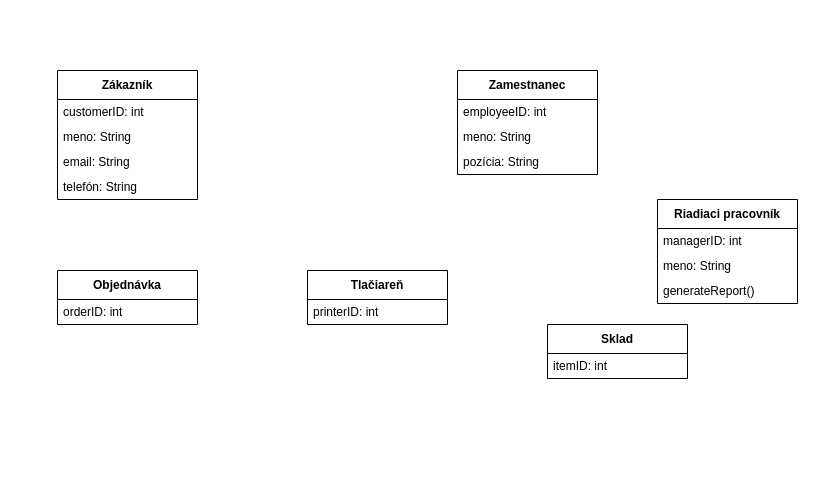
Earlier version of the draw.io diagram semester_project_classdiagram.drawio (KuzmaJn/Software-engineering). Source tidied: cells renumbered, new cells numbered last; positions are measured from the earlier drawing's top-left corner, leaving out a move shared by most shapes. Both pictures are drawn from the tidied source at 100%, with x=0, y=0 at pixel (57, 70).
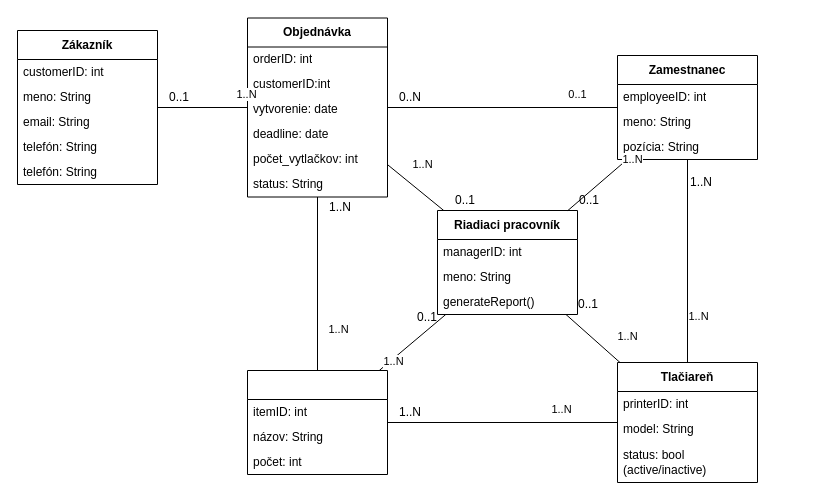
Above is the later version.

What changed in the source:
```diff
@@
     <mxCell id="2" value="Zákazník" style="swimlane;fontStyle=1;align=center;verticalAlign=middle;horizontal=1;startSize=29;html=1;whiteSpace=wrap;" parent="1" vertex="1">
-      <mxGeometry width="140" height="129" as="geometry" />
+      <mxGeometry x="-40" y="-40" width="140" height="154" as="geometry" />
     </mxCell>
@@
+    <mxCell id="21" value="&lt;div&gt;telefón: String&lt;br&gt;&lt;/div&gt;" style="text;html=1;strokeColor=none;fillColor=none;align=left;verticalAlign=middle;spacingLeft=4;spacingRight=4;overflow=hidden;whiteSpace=wrap;" parent="2" vertex="1">
+      <mxGeometry y="129" width="140" height="25" as="geometry" />
+    </mxCell>
     <mxCell id="7" value="Zamestnanec" style="swimlane;fontStyle=1;align=center;verticalAlign=middle;horizontal=1;startSize=29;html=1;whiteSpace=wrap;" parent="1" vertex="1">
-      <mxGeometry x="400" width="140" height="104" as="geometry" />
+      <mxGeometry x="560" y="-15" width="140" height="104" as="geometry" />
     </mxCell>
@@
     <mxCell id="11" value="Riadiaci pracovník" style="swimlane;fontStyle=1;align=center;verticalAlign=middle;horizontal=1;startSize=29;html=1;whiteSpace=wrap;" parent="1" vertex="1">
-      <mxGeometry x="600" y="129" width="140" height="104" as="geometry" />
+      <mxGeometry x="380" y="140" width="140" height="104" as="geometry" />
     </mxCell>
@@
     <mxCell id="15" value="Tlačiareň" style="swimlane;fontStyle=1;align=center;verticalAlign=middle;horizontal=1;startSize=29;html=1;whiteSpace=wrap;" parent="1" vertex="1">
-      <mxGeometry x="250" y="200" width="140" height="54" as="geometry" />
+      <mxGeometry x="560" y="292" width="140" height="120" as="geometry" />
     </mxCell>
+    <mxCell id="22" value="printerID: int" style="text;html=1;strokeColor=none;fillColor=none;align=left;verticalAlign=middle;spacingLeft=4;spacingRight=4;overflow=hidden;whiteSpace=wrap;" parent="15" vertex="1">
+      <mxGeometry y="29" width="140" height="25" as="geometry" />
+    </mxCell>
-    <mxCell id="16" value="printerID: int" style="text;html=1;strokeColor=none;fillColor=none;align=left;verticalAlign=middle;spacingLeft=4;spacingRight=4;overflow=hidden;whiteSpace=wrap;" parent="15" vertex="1">
-      <mxGeometry y="29" width="140" height="25" as="geometry" />
+    <mxCell id="16" value="model: String" style="text;html=1;strokeColor=none;fillColor=none;align=left;verticalAlign=middle;spacingLeft=4;spacingRight=4;overflow=hidden;whiteSpace=wrap;" parent="15" vertex="1">
+      <mxGeometry y="54" width="140" height="25" as="geometry" />
     </mxCell>
+    <mxCell id="23" value="status: bool (active/inactive)" style="text;html=1;strokeColor=none;fillColor=none;align=left;verticalAlign=middle;spacingLeft=4;spacingRight=4;overflow=hidden;whiteSpace=wrap;" parent="15" vertex="1">
+      <mxGeometry y="79" width="140" height="41" as="geometry" />
+    </mxCell>
     <mxCell id="17" value="Objednávka" style="swimlane;fontStyle=1;align=center;verticalAlign=middle;horizontal=1;startSize=29;html=1;whiteSpace=wrap;" parent="1" vertex="1">
-      <mxGeometry y="200" width="140" height="54" as="geometry" />
+      <mxGeometry x="190" y="-52.5" width="140" height="179" as="geometry" />
     </mxCell>
+    <mxCell id="24" value="orderID: int" style="text;html=1;strokeColor=none;fillColor=none;align=left;verticalAlign=middle;spacingLeft=4;spacingRight=4;overflow=hidden;whiteSpace=wrap;" parent="17" vertex="1">
+      <mxGeometry y="29" width="140" height="25" as="geometry" />
+    </mxCell>
-    <mxCell id="18" value="orderID: int" style="text;html=1;strokeColor=none;fillColor=none;align=left;verticalAlign=middle;spacingLeft=4;spacingRight=4;overflow=hidden;whiteSpace=wrap;" parent="17" vertex="1">
-      <mxGeometry y="29" width="140" height="25" as="geometry" />
+    <mxCell id="18" value="customerID:int" style="text;html=1;strokeColor=none;fillColor=none;align=left;verticalAlign=middle;spacingLeft=4;spacingRight=4;overflow=hidden;whiteSpace=wrap;" parent="17" vertex="1">
+      <mxGeometry y="54" width="140" height="25" as="geometry" />
     </mxCell>
+    <mxCell id="25" value="vytvorenie: date" style="text;html=1;strokeColor=none;fillColor=none;align=left;verticalAlign=middle;spacingLeft=4;spacingRight=4;overflow=hidden;whiteSpace=wrap;" parent="17" vertex="1">
+      <mxGeometry y="79" width="140" height="25" as="geometry" />
+    </mxCell>
+    <mxCell id="26" value="deadline: date" style="text;html=1;strokeColor=none;fillColor=none;align=left;verticalAlign=middle;spacingLeft=4;spacingRight=4;overflow=hidden;whiteSpace=wrap;" parent="17" vertex="1">
+      <mxGeometry y="104" width="140" height="25" as="geometry" />
+    </mxCell>
+    <mxCell id="27" value="počet_vytlačkov: int" style="text;html=1;strokeColor=none;fillColor=none;align=left;verticalAlign=middle;spacingLeft=4;spacingRight=4;overflow=hidden;whiteSpace=wrap;" parent="17" vertex="1">
+      <mxGeometry y="129" width="140" height="25" as="geometry" />
+    </mxCell>
+    <mxCell id="28" value="status: String" style="text;html=1;strokeColor=none;fillColor=none;align=left;verticalAlign=middle;spacingLeft=4;spacingRight=4;overflow=hidden;whiteSpace=wrap;" parent="17" vertex="1">
+      <mxGeometry y="154" width="140" height="25" as="geometry" />
+    </mxCell>
-    <mxCell id="19" value="Sklad" style="swimlane;fontStyle=1;align=center;verticalAlign=middle;horizontal=1;startSize=29;html=1;whiteSpace=wrap;" parent="1" vertex="1">
-      <mxGeometry x="490" y="254" width="140" height="54" as="geometry" />
+    <mxCell id="19" style="swimlane;fontStyle=1;align=center;verticalAlign=middle;horizontal=1;startSize=29;html=1;whiteSpace=wrap;" parent="1" vertex="1">
+      <mxGeometry x="190" y="300" width="140" height="104" as="geometry" />
     </mxCell>
@@
+    <mxCell id="29" value="názov: String" style="text;html=1;strokeColor=none;fillColor=none;align=left;verticalAlign=middle;spacingLeft=4;spacingRight=4;overflow=hidden;whiteSpace=wrap;" parent="19" vertex="1">
+      <mxGeometry y="54" width="140" height="25" as="geometry" />
+    </mxCell>
+    <mxCell id="30" value="počet: int" style="text;html=1;strokeColor=none;fillColor=none;align=left;verticalAlign=middle;spacingLeft=4;spacingRight=4;overflow=hidden;whiteSpace=wrap;" parent="19" vertex="1">
+      <mxGeometry y="79" width="140" height="25" as="geometry" />
+    </mxCell>
+    <mxCell id="31" style="endArrow=none;html=1;rounded=0;align=center;verticalAlign=top;endFill=0;labelBackgroundColor=none;shadow=0;" parent="1" edge="1" source="2" target="17">
+      <mxGeometry relative="1" as="geometry" />
+    </mxCell>
+    <mxCell id="32" style="html=1;align=left;verticalAlign=bottom;labelBackgroundColor=none;" parent="31" vertex="1">
+      <mxGeometry x="-1" relative="1" as="geometry" />
+    </mxCell>
+    <mxCell id="33" value="0..1" style="html=1;align=left;verticalAlign=top;labelBackgroundColor=none;" parent="31" vertex="1">
+      <mxGeometry x="-1" relative="1" as="geometry">
+        <mxPoint x="10" y="-24" as="offset" />
+      </mxGeometry>
+    </mxCell>
+    <mxCell id="34" style="html=1;align=right;verticalAlign=bottom;labelBackgroundColor=none;" parent="31" vertex="1">
+      <mxGeometry x="1" relative="1" as="geometry" />
+    </mxCell>
+    <mxCell id="35" value="1..N" style="edgeLabel;html=1;align=center;verticalAlign=middle;" parent="31" vertex="1">
+      <mxGeometry x="0.48" y="1" relative="1" as="geometry">
+        <mxPoint x="21" y="-13" as="offset" />
+      </mxGeometry>
+    </mxCell>
+    <mxCell id="36" style="html=1;align=left;verticalAlign=top;labelBackgroundColor=none;" parent="1" vertex="1">
+      <mxGeometry x="230" y="64.5" as="geometry" />
+    </mxCell>
+    <mxCell id="37" style="endArrow=none;html=1;rounded=0;align=center;verticalAlign=top;endFill=0;labelBackgroundColor=none;shadow=0;" parent="1" edge="1" source="7" target="15">
+      <mxGeometry relative="1" as="geometry" />
+    </mxCell>
+    <mxCell id="38" style="html=1;align=left;verticalAlign=bottom;labelBackgroundColor=none;" parent="37" vertex="1">
+      <mxGeometry x="-1" relative="1" as="geometry" />
+    </mxCell>
+    <mxCell id="39" value="1..N" style="html=1;align=left;verticalAlign=top;labelBackgroundColor=none;" parent="37" vertex="1">
+      <mxGeometry x="-1" relative="1" as="geometry">
+        <mxPoint x="1" y="9" as="offset" />
+      </mxGeometry>
+    </mxCell>
+    <mxCell id="40" style="html=1;align=right;verticalAlign=bottom;labelBackgroundColor=none;" parent="37" vertex="1">
+      <mxGeometry x="1" relative="1" as="geometry" />
+    </mxCell>
+    <mxCell id="41" value="1..N" style="edgeLabel;html=1;align=center;verticalAlign=middle;" parent="37" vertex="1">
+      <mxGeometry x="0.48" y="1" relative="1" as="geometry">
+        <mxPoint x="9" y="6" as="offset" />
+      </mxGeometry>
+    </mxCell>
+    <mxCell id="42" style="endArrow=none;html=1;rounded=0;align=center;verticalAlign=top;endFill=0;labelBackgroundColor=none;shadow=0;" parent="1" edge="1" source="17" target="7">
+      <mxGeometry relative="1" as="geometry" />
+    </mxCell>
+    <mxCell id="43" style="html=1;align=left;verticalAlign=bottom;labelBackgroundColor=none;" parent="42" vertex="1">
+      <mxGeometry x="-1" relative="1" as="geometry" />
+    </mxCell>
+    <mxCell id="44" value="0..N" style="html=1;align=left;verticalAlign=top;labelBackgroundColor=none;" parent="42" vertex="1">
+      <mxGeometry x="-1" relative="1" as="geometry">
+        <mxPoint x="10" y="-24" as="offset" />
+      </mxGeometry>
+    </mxCell>
+    <mxCell id="45" style="html=1;align=right;verticalAlign=bottom;labelBackgroundColor=none;" parent="42" vertex="1">
+      <mxGeometry x="1" relative="1" as="geometry" />
+    </mxCell>
+    <mxCell id="46" value="0..1" style="edgeLabel;html=1;align=center;verticalAlign=middle;" parent="42" vertex="1">
+      <mxGeometry x="0.48" y="1" relative="1" as="geometry">
+        <mxPoint x="19" y="-13" as="offset" />
+      </mxGeometry>
+    </mxCell>
+    <mxCell id="47" style="endArrow=none;html=1;rounded=0;align=center;verticalAlign=top;endFill=0;labelBackgroundColor=none;shadow=0;" parent="1" edge="1" source="17" target="19">
+      <mxGeometry relative="1" as="geometry" />
+    </mxCell>
+    <mxCell id="48" style="html=1;align=left;verticalAlign=bottom;labelBackgroundColor=none;" parent="47" vertex="1">
+      <mxGeometry x="-1" relative="1" as="geometry" />
+    </mxCell>
+    <mxCell id="49" value="1..N" style="html=1;align=left;verticalAlign=top;labelBackgroundColor=none;" parent="47" vertex="1">
+      <mxGeometry x="-1" relative="1" as="geometry">
+        <mxPoint x="10" y="-4" as="offset" />
+      </mxGeometry>
+    </mxCell>
+    <mxCell id="50" style="html=1;align=right;verticalAlign=bottom;labelBackgroundColor=none;" parent="47" vertex="1">
+      <mxGeometry x="1" relative="1" as="geometry" />
+    </mxCell>
+    <mxCell id="51" value="1..N" style="edgeLabel;html=1;align=center;verticalAlign=middle;" parent="47" vertex="1">
+      <mxGeometry x="0.48" y="1" relative="1" as="geometry">
+        <mxPoint x="19" y="4" as="offset" />
+      </mxGeometry>
+    </mxCell>
+    <mxCell id="52" style="endArrow=none;html=1;rounded=0;align=center;verticalAlign=top;endFill=0;labelBackgroundColor=none;shadow=0;" parent="1" edge="1" source="19" target="15">
+      <mxGeometry relative="1" as="geometry" />
+    </mxCell>
+    <mxCell id="53" style="html=1;align=left;verticalAlign=bottom;labelBackgroundColor=none;" parent="52" vertex="1">
+      <mxGeometry x="-1" relative="1" as="geometry" />
+    </mxCell>
+    <mxCell id="54" value="1..N" style="html=1;align=left;verticalAlign=top;labelBackgroundColor=none;" parent="52" vertex="1">
+      <mxGeometry x="-1" relative="1" as="geometry">
+        <mxPoint x="10" y="-24" as="offset" />
+      </mxGeometry>
+    </mxCell>
+    <mxCell id="55" style="html=1;align=right;verticalAlign=bottom;labelBackgroundColor=none;" parent="52" vertex="1">
+      <mxGeometry x="1" relative="1" as="geometry" />
+    </mxCell>
+    <mxCell id="56" value="1..N" style="edgeLabel;html=1;align=center;verticalAlign=middle;" parent="52" vertex="1">
+      <mxGeometry x="0.48" y="1" relative="1" as="geometry">
+        <mxPoint x="3" y="-13" as="offset" />
+      </mxGeometry>
+    </mxCell>
+    <mxCell id="57" style="endArrow=none;html=1;rounded=0;align=center;verticalAlign=top;endFill=0;labelBackgroundColor=none;shadow=0;" parent="1" edge="1" source="11" target="17">
+      <mxGeometry relative="1" as="geometry" />
+    </mxCell>
+    <mxCell id="58" style="html=1;align=left;verticalAlign=bottom;labelBackgroundColor=none;" parent="57" vertex="1">
+      <mxGeometry x="-1" relative="1" as="geometry" />
+    </mxCell>
+    <mxCell id="59" value="0..1" style="html=1;align=left;verticalAlign=top;labelBackgroundColor=none;" parent="57" vertex="1">
+      <mxGeometry x="-1" relative="1" as="geometry">
+        <mxPoint x="10" y="-24" as="offset" />
+      </mxGeometry>
+    </mxCell>
+    <mxCell id="60" style="html=1;align=right;verticalAlign=bottom;labelBackgroundColor=none;" parent="57" vertex="1">
+      <mxGeometry x="1" relative="1" as="geometry" />
+    </mxCell>
+    <mxCell id="61" value="1..N" style="edgeLabel;html=1;align=center;verticalAlign=middle;" parent="57" vertex="1">
+      <mxGeometry x="0.48" y="1" relative="1" as="geometry">
+        <mxPoint x="21" y="-13" as="offset" />
+      </mxGeometry>
+    </mxCell>
+    <mxCell id="62" style="endArrow=none;html=1;rounded=0;align=center;verticalAlign=top;endFill=0;labelBackgroundColor=none;shadow=0;" parent="1" edge="1" source="11" target="19">
+      <mxGeometry relative="1" as="geometry" />
+    </mxCell>
+    <mxCell id="63" style="html=1;align=left;verticalAlign=bottom;labelBackgroundColor=none;" parent="62" vertex="1">
+      <mxGeometry x="-1" relative="1" as="geometry" />
+    </mxCell>
+    <mxCell id="64" value="0..1" style="html=1;align=left;verticalAlign=top;labelBackgroundColor=none;" parent="62" vertex="1">
+      <mxGeometry x="-1" relative="1" as="geometry">
+        <mxPoint x="-30" y="-11" as="offset" />
+      </mxGeometry>
+    </mxCell>
+    <mxCell id="65" style="html=1;align=right;verticalAlign=bottom;labelBackgroundColor=none;" parent="62" vertex="1">
+      <mxGeometry x="1" relative="1" as="geometry" />
+    </mxCell>
+    <mxCell id="66" value="1..N" style="edgeLabel;html=1;align=center;verticalAlign=middle;" parent="62" vertex="1">
+      <mxGeometry x="0.48" y="1" relative="1" as="geometry">
+        <mxPoint x="-4" y="5" as="offset" />
+      </mxGeometry>
+    </mxCell>
+    <mxCell id="67" style="endArrow=none;html=1;rounded=0;align=center;verticalAlign=top;endFill=0;labelBackgroundColor=none;shadow=0;" parent="1" edge="1" source="11" target="15">
+      <mxGeometry relative="1" as="geometry" />
+    </mxCell>
+    <mxCell id="68" style="html=1;align=left;verticalAlign=bottom;labelBackgroundColor=none;" parent="67" vertex="1">
+      <mxGeometry x="-1" relative="1" as="geometry" />
+    </mxCell>
+    <mxCell id="69" value="0..1" style="html=1;align=left;verticalAlign=top;labelBackgroundColor=none;" parent="67" vertex="1">
+      <mxGeometry x="-1" relative="1" as="geometry">
+        <mxPoint x="10" y="-24" as="offset" />
+      </mxGeometry>
+    </mxCell>
+    <mxCell id="70" style="html=1;align=right;verticalAlign=bottom;labelBackgroundColor=none;" parent="67" vertex="1">
+      <mxGeometry x="1" relative="1" as="geometry" />
+    </mxCell>
+    <mxCell id="71" value="1..N" style="edgeLabel;html=1;align=center;verticalAlign=middle;" parent="67" vertex="1">
+      <mxGeometry x="0.48" y="1" relative="1" as="geometry">
+        <mxPoint x="21" y="-13" as="offset" />
+      </mxGeometry>
+    </mxCell>
+    <mxCell id="72" style="endArrow=none;html=1;rounded=0;align=center;verticalAlign=top;endFill=0;labelBackgroundColor=none;shadow=0;" parent="1" edge="1" source="11" target="7">
+      <mxGeometry relative="1" as="geometry" />
+    </mxCell>
+    <mxCell id="73" style="html=1;align=left;verticalAlign=bottom;labelBackgroundColor=none;" parent="72" vertex="1">
+      <mxGeometry x="-1" relative="1" as="geometry" />
+    </mxCell>
+    <mxCell id="74" value="0..1" style="html=1;align=left;verticalAlign=top;labelBackgroundColor=none;" parent="72" vertex="1">
+      <mxGeometry x="-1" relative="1" as="geometry">
+        <mxPoint x="10" y="-24" as="offset" />
+      </mxGeometry>
+    </mxCell>
+    <mxCell id="75" style="html=1;align=right;verticalAlign=bottom;labelBackgroundColor=none;" parent="72" vertex="1">
+      <mxGeometry x="1" relative="1" as="geometry" />
+    </mxCell>
+    <mxCell id="76" value="1..N" style="edgeLabel;html=1;align=center;verticalAlign=middle;" parent="72" vertex="1">
+      <mxGeometry x="0.48" y="1" relative="1" as="geometry">
+        <mxPoint x="21" y="-13" as="offset" />
+      </mxGeometry>
+    </mxCell>
```
